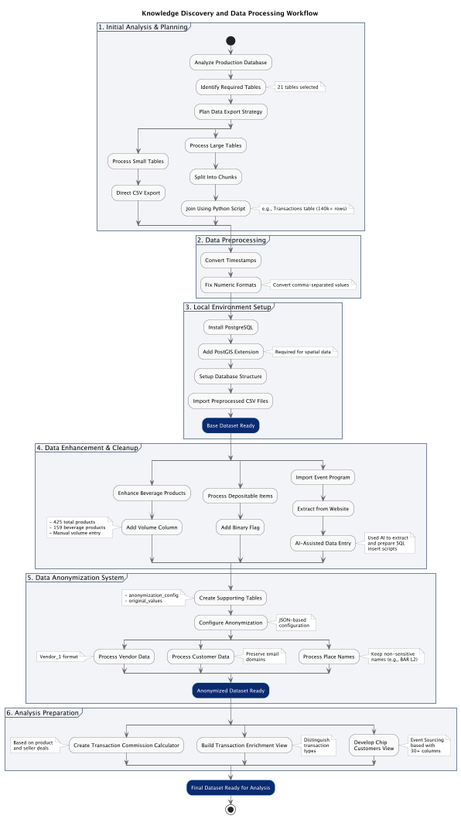
The PlantUML diagram thesis/figures/diagrams/kdd-workflow.png in filipditrich/master-thesis, before a commit.
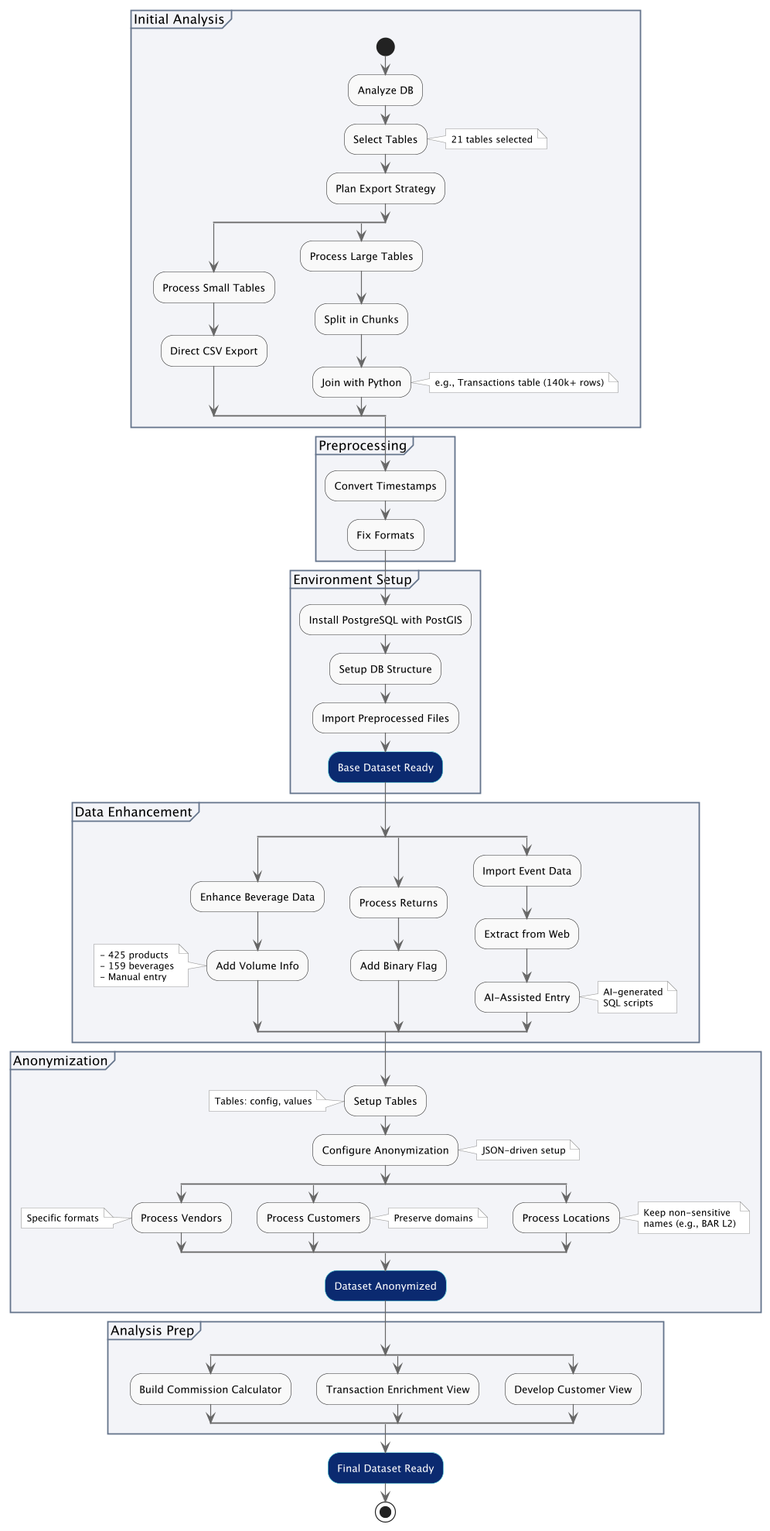
Above is the later version.

Commit message:
fix(thesis): improve KDD workflow diagram, improve RQ2 & RQ4 charts

Change to the diagram source:
```diff
@@ -18,122 +18,92 @@
     BorderColor #64748b
 }
 
-title Knowledge Discovery and Data Processing Workflow
-
-partition "1. Initial Analysis & Planning" {
+partition "Initial Analysis" {
     start
-    :Analyze Production Database;
-    :Identify Required Tables;
+    :Analyze DB;
+    :Select Tables;
     note right: 21 tables selected
-    :Plan Data Export Strategy;
+    :Plan Export Strategy;
 
     split
         :Process Small Tables;
         :Direct CSV Export;
     split again
         :Process Large Tables;
-        :Split Into Chunks;
-        :Join Using Python Script;
+        :Split in Chunks;
+        :Join with Python;
         note right: e.g., Transactions table (140k+ rows)
     end split
 }
 
-partition "2. Data Preprocessing" {
+partition "Preprocessing" {
     :Convert Timestamps;
-    :Fix Numeric Formats;
-    note right: Convert comma-separated values
+    :Fix Formats;
 }
 
-partition "3. Local Environment Setup" {
-    :Install PostgreSQL;
-    :Add PostGIS Extension;
-    note right: Required for spatial data
-    :Setup Database Structure;
-    :Import Preprocessed CSV Files;
+partition "Environment Setup" {
+    :Install PostgreSQL with PostGIS;
+    :Setup DB Structure;
+    :Import Preprocessed Files;
     :Base Dataset Ready;<<milestone>>
 }
 
-partition "4. Data Enhancement & Cleanup" {
+partition "Data Enhancement" {
     split
-        :Enhance Beverage Products;
-        :Add Volume Column;
+        :Enhance Beverage Data;
+        :Add Volume Info;
         note left
-            - 425 total products
-            - 159 beverage products
-            - Manual volume entry
+            - 425 products
+            - 159 beverages
+            - Manual entry
         end note
     split again
-        :Process Depositable Items;
+        :Process Returns;
         :Add Binary Flag;
     split again
-        :Import Event Program;
-        :Extract from Website;
-        :AI-Assisted Data Entry;
+        :Import Event Data;
+        :Extract from Web;
+        :AI-Assisted Entry;
         note right
-            Used AI to extract
-            and prepare SQL
-            insert scripts
+            AI-generated
+            SQL scripts
         end note
     end split
 }
 
-partition "5. Data Anonymization System" {
-    :Create Supporting Tables;
-    note left
-        - anonymization_config
-        - original_values
-    end note
+partition "Anonymization" {
+    :Setup Tables;
+    note left: Tables: config, values
     :Configure Anonymization;
-    note right
-        JSON-based
-        configuration
-    end note
+    note right: JSON-driven setup
 
     split
-        :Process Vendor Data;
-        note left: Vendor_1 format
+        :Process Vendors;
+        note left: Specific formats
     split again
-        :Process Customer Data;
-        note right
-            Preserve email
-            domains
-        end note
+        :Process Customers;
+        note right: Preserve domains
     split again
-        :Process Place Names;
+        :Process Locations;
         note right
             Keep non-sensitive
             names (e.g., BAR L2)
         end note
     end split
-    :Anonymized Dataset Ready;<<milestone>>
+    :Dataset Anonymized;<<milestone>>
 }
 
-partition "6. Analysis Preparation" {
+partition "Analysis Prep" {
     split
-        :Create Transaction Commission Calculator;
-        note left
-            Based on product
-            and seller deals
-        end note
+        :Build Commission Calculator;
     split again
-        :Build Transaction Enrichment View;
-        note right
-            Distinguish
-            transaction
-            types
-        end note
+        :Transaction Enrichment View;
     split again
-        :Develop Chip
-        Customers View;
-        note right
-            Event Sourcing
-            based with
-            30+ columns
-        end note
+        :Develop Customer View;
     end split
 }
 
-:Final Dataset Ready for Analysis;<<milestone>>
+:Final Dataset Ready;<<milestone>>
 stop
 
 @enduml
```
